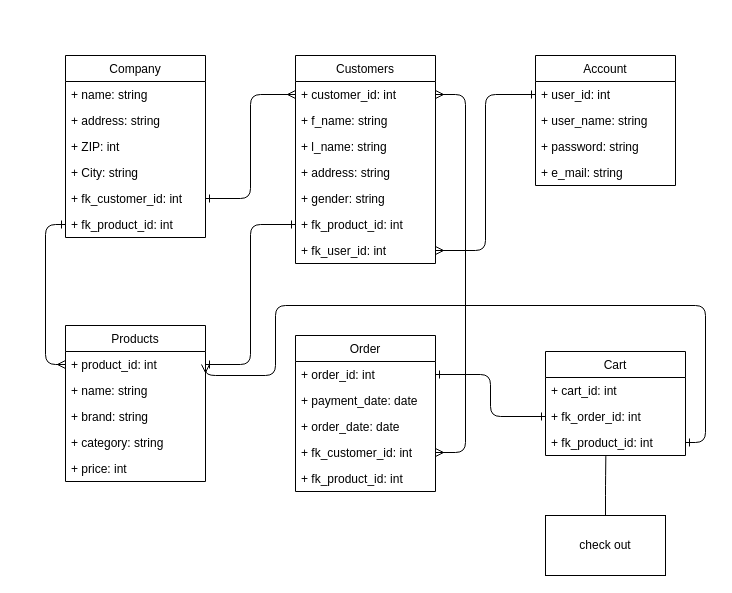
Before: page "Normalize" (4 of 4) of diagrams/diagrams.drawio in Adipe92/BE15_CR9_Adrian, a draw.io diagram. Source tidied: cells renumbered, new cells numbered last; positions are measured from the earlier drawing's top-left corner, leaving out a move shared by most shapes. Both pictures are drawn from the tidied source at 100%, with x=0, y=0 at pixel (45, 55).
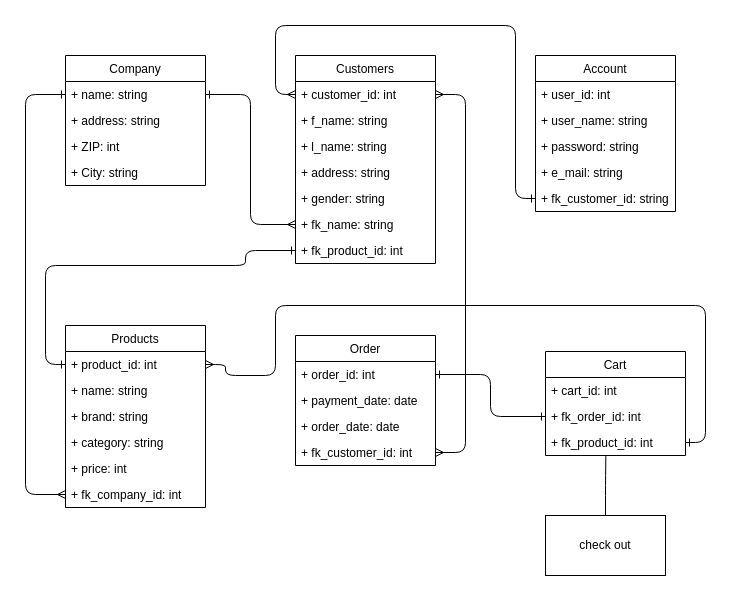
The same page after the edit.

Unchanged cells that the change refers to:
```xml
<mxCell id="3" value="+ name: string" style="text;strokeColor=none;fillColor=none;align=left;verticalAlign=top;spacingLeft=4;spacingRight=4;overflow=hidden;points=[[0,0.5],[1,0.5]];portConstraint=eastwest;" parent="2" vertex="1">
  <mxGeometry y="26" width="140" height="26" as="geometry" />
</mxCell>
<mxCell id="9" value="Customers" style="swimlane;fontStyle=0;horizontal=1;startSize=26;fillColor=none;" parent="1" vertex="1">
  <mxGeometry x="250" width="140" height="208" as="geometry" />
</mxCell>
<mxCell id="10" value="+ customer_id: int" style="text;strokeColor=none;fillColor=none;align=left;verticalAlign=top;spacingLeft=4;spacingRight=4;overflow=hidden;points=[[0,0.5],[1,0.5]];portConstraint=eastwest;" parent="9" vertex="1">
  <mxGeometry y="26" width="140" height="26" as="geometry" />
</mxCell>
<mxCell id="18" value="+ user_id: int" style="text;strokeColor=none;fillColor=none;align=left;verticalAlign=top;spacingLeft=4;spacingRight=4;overflow=hidden;points=[[0,0.5],[1,0.5]];portConstraint=eastwest;" parent="17" vertex="1">
  <mxGeometry y="26" width="140" height="26" as="geometry" />
</mxCell>
<mxCell id="29" value="+ product_id: int" style="text;strokeColor=none;fillColor=none;align=left;verticalAlign=top;spacingLeft=4;spacingRight=4;overflow=hidden;points=[[0,0.5],[1,0.5]];portConstraint=eastwest;" parent="28" vertex="1">
  <mxGeometry y="26" width="140" height="26" as="geometry" />
</mxCell>
<mxCell id="37" value="+ fk_product_id: int" style="text;strokeColor=none;fillColor=none;align=left;verticalAlign=top;spacingLeft=4;spacingRight=4;overflow=hidden;points=[[0,0.5],[1,0.5]];portConstraint=eastwest;" parent="34" vertex="1">
  <mxGeometry y="78" width="140" height="26" as="geometry" />
</mxCell>
```

Change to the diagram source:
```diff
@@
     <mxCell id="2" value="Company" style="swimlane;fontStyle=0;horizontal=1;startSize=26;fillColor=none;" parent="1" vertex="1">
-      <mxGeometry x="20" width="140" height="182" as="geometry" />
+      <mxGeometry x="20" width="140" height="130" as="geometry" />
     </mxCell>
@@
-    <mxCell id="7" value="+ fk_customer_id: int" style="text;strokeColor=none;fillColor=none;align=left;verticalAlign=top;spacingLeft=4;spacingRight=4;overflow=hidden;points=[[0,0.5],[1,0.5]];portConstraint=eastwest;" parent="2" vertex="1">
-      <mxGeometry y="130" width="140" height="26" as="geometry" />
-    </mxCell>
-    <mxCell id="8" value="+ fk_product_id: int" style="text;strokeColor=none;fillColor=none;align=left;verticalAlign=top;spacingLeft=4;spacingRight=4;overflow=hidden;points=[[0,0.5],[1,0.5]];portConstraint=eastwest;" parent="2" vertex="1">
-      <mxGeometry y="156" width="140" height="26" as="geometry" />
-    </mxCell>
@@
+    <mxCell id="47" value="+ gender: string" style="text;strokeColor=none;fillColor=none;align=left;verticalAlign=top;spacingLeft=4;spacingRight=4;overflow=hidden;" parent="9" vertex="1">
+      <mxGeometry y="130" width="140" height="26" as="geometry" />
+    </mxCell>
-    <mxCell id="14" value="+ gender: string" style="text;strokeColor=none;fillColor=none;align=left;verticalAlign=top;spacingLeft=4;spacingRight=4;overflow=hidden;points=[[0,0.5],[1,0.5]];portConstraint=eastwest;" parent="9" vertex="1">
-      <mxGeometry y="130" width="140" height="26" as="geometry" />
+    <mxCell id="14" value="+ fk_name: string" style="text;strokeColor=none;fillColor=none;align=left;verticalAlign=top;spacingLeft=4;spacingRight=4;overflow=hidden;points=[[0,0.5],[1,0.5]];portConstraint=eastwest;" parent="9" vertex="1">
+      <mxGeometry y="156" width="140" height="26" as="geometry" />
     </mxCell>
     <mxCell id="15" value="+ fk_product_id: int" style="text;strokeColor=none;fillColor=none;align=left;verticalAlign=top;spacingLeft=4;spacingRight=4;overflow=hidden;points=[[0,0.5],[1,0.5]];portConstraint=eastwest;" parent="9" vertex="1">
-      <mxGeometry y="156" width="140" height="26" as="geometry" />
+      <mxGeometry y="182" width="140" height="26" as="geometry" />
     </mxCell>
-    <mxCell id="16" value="+ fk_user_id: int" style="text;strokeColor=none;fillColor=none;align=left;verticalAlign=top;spacingLeft=4;spacingRight=4;overflow=hidden;points=[[0,0.5],[1,0.5]];portConstraint=eastwest;" parent="9" vertex="1">
-      <mxGeometry y="182" width="140" height="26" as="geometry" />
-    </mxCell>
     <mxCell id="17" value="Account" style="swimlane;fontStyle=0;horizontal=1;startSize=26;fillColor=none;" parent="1" vertex="1">
-      <mxGeometry x="490" width="140" height="130" as="geometry" />
+      <mxGeometry x="490" width="140" height="156" as="geometry" />
     </mxCell>
@@
+    <mxCell id="48" value="+ fk_customer_id: string" style="text;strokeColor=none;fillColor=none;align=left;verticalAlign=top;spacingLeft=4;spacingRight=4;overflow=hidden;points=[[0,0.5],[1,0.5]];portConstraint=eastwest;" parent="17" vertex="1">
+      <mxGeometry y="130" width="140" height="26" as="geometry" />
+    </mxCell>
     <mxCell id="22" value="Order" style="swimlane;fontStyle=0;horizontal=1;startSize=26;fillColor=none;" parent="1" vertex="1">
-      <mxGeometry x="250" y="280" width="140" height="156" as="geometry" />
+      <mxGeometry x="250" y="280" width="140" height="130" as="geometry" />
     </mxCell>
@@
-    <mxCell id="27" value="+ fk_product_id: int" style="text;strokeColor=none;fillColor=none;align=left;verticalAlign=top;spacingLeft=4;spacingRight=4;overflow=hidden;" parent="22" vertex="1">
-      <mxGeometry y="130" width="140" height="26" as="geometry" />
-    </mxCell>
     <mxCell id="28" value="Products" style="swimlane;fontStyle=0;horizontal=1;startSize=26;fillColor=none;" parent="1" vertex="1">
-      <mxGeometry x="20" y="270" width="140" height="156" as="geometry" />
+      <mxGeometry x="20" y="270" width="140" height="182" as="geometry" />
     </mxCell>
@@
+    <mxCell id="49" value="+ fk_company_id: int" style="text;strokeColor=none;fillColor=none;align=left;verticalAlign=top;spacingLeft=4;spacingRight=4;overflow=hidden;points=[[0,0.5],[1,0.5]];portConstraint=eastwest;" parent="28" vertex="1">
+      <mxGeometry y="156" width="140" height="26" as="geometry" />
+    </mxCell>
@@
-    <mxCell id="40" style="edgeStyle=orthogonalEdgeStyle;html=1;exitX=1;exitY=0.5;exitDx=0;exitDy=0;entryX=0;entryY=0.5;entryDx=0;entryDy=0;startArrow=ERone;startFill=0;endArrow=ERmany;endFill=0;" parent="1" edge="1" source="7" target="10">
+    <mxCell id="40" style="edgeStyle=orthogonalEdgeStyle;html=1;exitX=1;exitY=0.5;exitDx=0;exitDy=0;entryX=0;entryY=0.5;entryDx=0;entryDy=0;startArrow=ERone;startFill=0;endArrow=ERmany;endFill=0;" parent="1" edge="1" source="3" target="14">
       <mxGeometry relative="1" as="geometry" />
     </mxCell>
-    <mxCell id="41" style="edgeStyle=orthogonalEdgeStyle;html=1;exitX=0;exitY=0.5;exitDx=0;exitDy=0;entryX=0;entryY=0.5;entryDx=0;entryDy=0;startArrow=ERone;startFill=0;endArrow=ERmany;endFill=0;" parent="1" edge="1" source="8" target="29">
+    <mxCell id="41" style="edgeStyle=orthogonalEdgeStyle;html=1;startArrow=ERone;startFill=0;endArrow=ERmany;endFill=0;exitX=0;exitY=0.5;exitDx=0;exitDy=0;" parent="1" edge="1" source="3" target="49">
       <mxGeometry relative="1" as="geometry">
         <Array as="points">
-          <mxPoint y="169" />
-          <mxPoint y="309" />
+          <mxPoint x="-20" y="39" />
+          <mxPoint x="-20" y="439" />
         </Array>
       </mxGeometry>
     </mxCell>
-    <mxCell id="42" style="edgeStyle=orthogonalEdgeStyle;html=1;entryX=0;entryY=0.5;entryDx=0;entryDy=0;startArrow=ERmany;startFill=0;endArrow=ERone;endFill=0;" parent="1" edge="1" source="16" target="18">
-      <mxGeometry relative="1" as="geometry" />
+    <mxCell id="42" style="edgeStyle=orthogonalEdgeStyle;html=1;startArrow=ERmany;startFill=0;endArrow=ERone;endFill=0;exitX=0;exitY=0.5;exitDx=0;exitDy=0;" parent="1" edge="1" source="10" target="48">
+      <mxGeometry relative="1" as="geometry">
+        <Array as="points">
+          <mxPoint x="230" y="39" />
+          <mxPoint x="230" y="-30" />
+          <mxPoint x="470" y="-30" />
+          <mxPoint x="470" y="143" />
+        </Array>
+      </mxGeometry>
     </mxCell>
-    <mxCell id="43" style="edgeStyle=orthogonalEdgeStyle;html=1;startArrow=ERone;startFill=0;endArrow=ERone;endFill=0;" parent="1" edge="1" source="15" target="29">
-      <mxGeometry relative="1" as="geometry" />
+    <mxCell id="43" style="edgeStyle=orthogonalEdgeStyle;html=1;startArrow=ERone;startFill=0;endArrow=ERone;endFill=0;entryX=0;entryY=0.5;entryDx=0;entryDy=0;" parent="1" edge="1" source="15" target="29">
+      <mxGeometry relative="1" as="geometry">
+        <Array as="points">
+          <mxPoint x="200" y="195" />
+          <mxPoint x="200" y="210" />
+          <mxPoint y="210" />
+          <mxPoint y="309" />
+        </Array>
+      </mxGeometry>
     </mxCell>
@@
     <mxCell id="46" style="edgeStyle=orthogonalEdgeStyle;html=1;entryX=1;entryY=0.5;entryDx=0;entryDy=0;startArrow=ERone;startFill=0;endArrow=ERmany;endFill=0;" parent="1" edge="1" source="37" target="29">
       <mxGeometry relative="1" as="geometry">
         <Array as="points">
           <mxPoint x="660" y="387" />
           <mxPoint x="660" y="250" />
           <mxPoint x="230" y="250" />
           <mxPoint x="230" y="320" />
-          <mxPoint x="160" y="320" />
+          <mxPoint x="180" y="320" />
+          <mxPoint x="180" y="309" />
         </Array>
       </mxGeometry>
     </mxCell>
```
